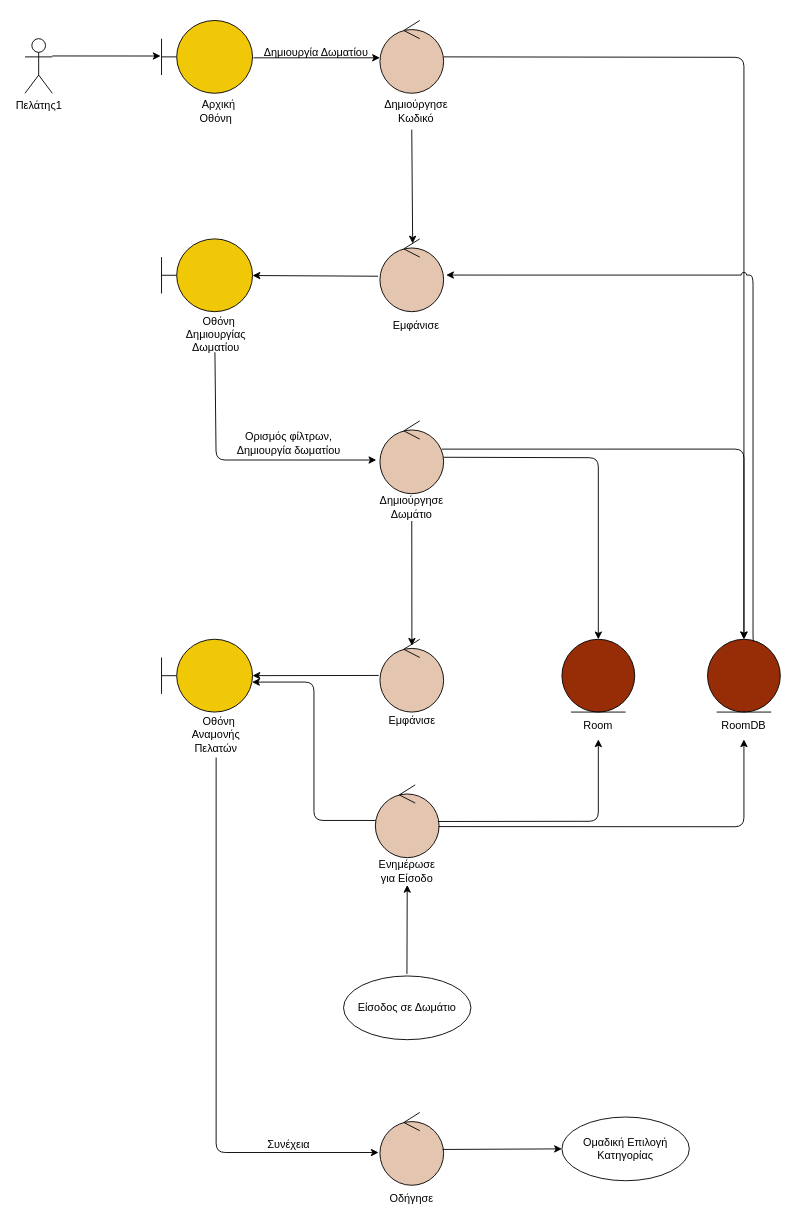
Above: docs/contributions/JoannaAgo/Phase_5/Create Room/Create_Room_Robustness.drawio in iloudaros/nomnomr (draw.io), before the change. Source tidied: cells renumbered, new cells numbered last; positions are measured from the earlier drawing's top-left corner, leaving out a move shared by most shapes. Both pictures are drawn from the tidied source at 91%, with x=0, y=0 at pixel (25, 20).
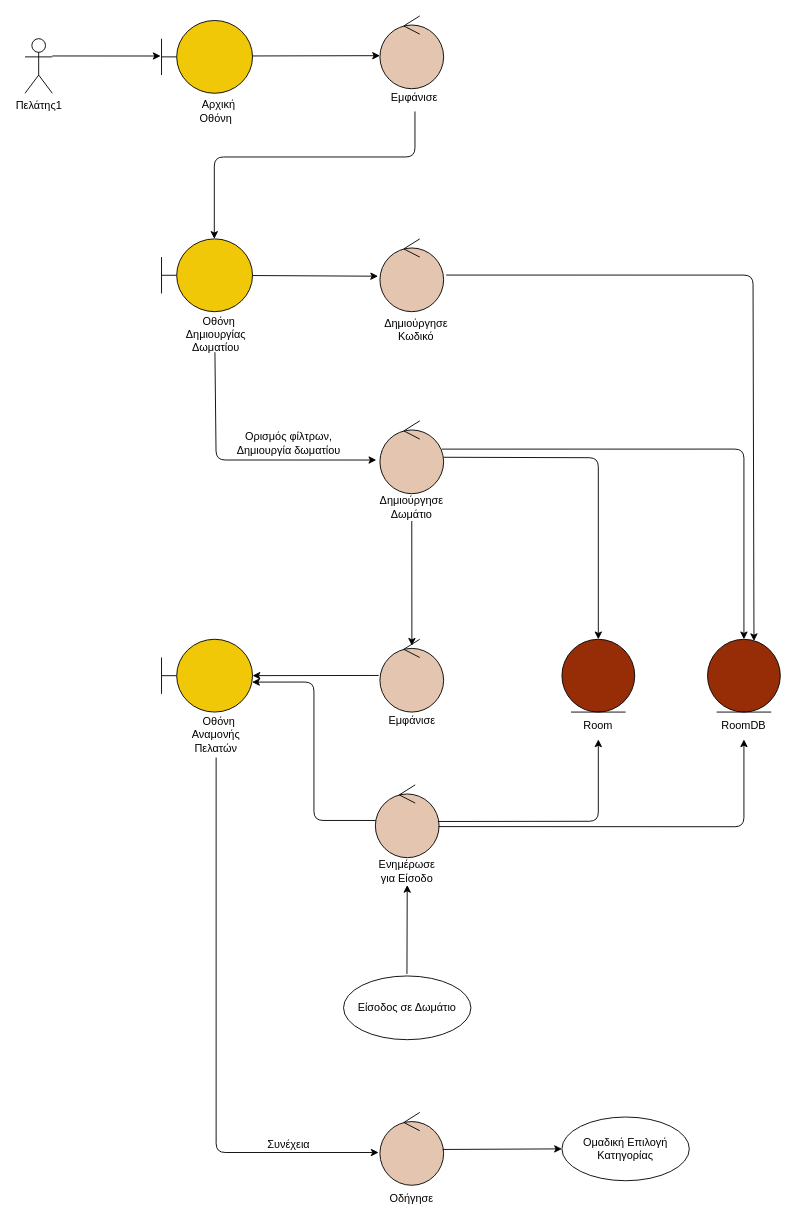
Above is the later version.

Unchanged cells that the change refers to:
```xml
<mxCell id="3" style="shape=umlBoundary;whiteSpace=wrap;html=1;fillColor=#F0C808;" parent="1" vertex="1">
  <mxGeometry x="150" width="100" height="80" as="geometry" />
</mxCell>
<mxCell id="9" style="ellipse;shape=umlControl;whiteSpace=wrap;html=1;fillColor=#E4C5AF;" parent="1" vertex="1">
  <mxGeometry x="390" y="240" width="70" height="80" as="geometry" />
</mxCell>
<mxCell id="10" style="shape=umlBoundary;whiteSpace=wrap;html=1;fillColor=#F0C808;" parent="1" vertex="1">
  <mxGeometry x="150" y="240" width="100" height="80" as="geometry" />
</mxCell>
<mxCell id="40" style="ellipse;shape=umlEntity;whiteSpace=wrap;html=1;fillColor=#972D07;" parent="1" vertex="1">
  <mxGeometry x="750" y="680" width="80" height="80" as="geometry" />
</mxCell>
```

Change to the diagram source:
```diff
@@
-    <mxCell id="6" style="ellipse;shape=umlControl;whiteSpace=wrap;html=1;fillColor=#E4C5AF;" parent="1" vertex="1">
-      <mxGeometry x="390" width="70" height="80" as="geometry" />
-    </mxCell>
-    <mxCell id="7" style="endArrow=classic;html=1;rounded=0;exitX=1.01;exitY=0.513;exitDx=0;exitDy=0;exitPerimeter=0;" parent="1" edge="1" source="3">
+    <mxCell id="7" style="endArrow=classic;html=1;rounded=0;entryX=0.001;entryY=0.546;entryDx=0;entryDy=0;entryPerimeter=0;" parent="1" edge="1" target="47">
       <mxGeometry relative="1" as="geometry">
-        <mxPoint x="390" y="41" as="targetPoint" />
+        <mxPoint x="250" y="39" as="sourcePoint" />
       </mxGeometry>
     </mxCell>
     <mxCell id="8" value="Δημιούργησε Κωδικό" style="text;html=1;strokeColor=none;fillColor=none;align=center;verticalAlign=middle;whiteSpace=wrap;rounded=0;" parent="1" vertex="1">
-      <mxGeometry x="400" y="90" width="60" height="20" as="geometry" />
+      <mxGeometry x="400" y="330" width="60" height="20" as="geometry" />
     </mxCell>
@@
-    <mxCell id="11" style="endArrow=classic;html=1;rounded=0;entryX=0.514;entryY=0.063;entryDx=0;entryDy=0;entryPerimeter=0;" parent="1" edge="1" target="9">
+    <mxCell id="11" style="endArrow=classic;html=1;rounded=1;exitX=0.5;exitY=1;exitDx=0;exitDy=0;edgeStyle=orthogonalEdgeStyle;" parent="1" edge="1" target="10">
       <mxGeometry relative="1" as="geometry">
-        <mxPoint x="425" y="120" as="sourcePoint" />
+        <mxPoint x="428.5" y="100" as="sourcePoint" />
+        <Array as="points">
+          <mxPoint x="428" y="150" />
+          <mxPoint x="208" y="150" />
+        </Array>
       </mxGeometry>
     </mxCell>
     <mxCell id="12" value="Εμφάνισε" style="text;html=1;strokeColor=none;fillColor=none;align=center;verticalAlign=middle;whiteSpace=wrap;rounded=0;" parent="1" vertex="1">
-      <mxGeometry x="400" y="320" width="60" height="30" as="geometry" />
+      <mxGeometry x="397.5" y="70" width="60" height="30" as="geometry" />
     </mxCell>
-    <mxCell id="13" style="endArrow=classic;html=1;rounded=0;exitX=-0.029;exitY=0.513;exitDx=0;exitDy=0;exitPerimeter=0;" parent="1" edge="1" source="9" target="10">
+    <mxCell id="13" style="endArrow=classic;html=1;rounded=0;entryX=-0.029;entryY=0.513;entryDx=0;entryDy=0;entryPerimeter=0;" parent="1" edge="1" source="10" target="9">
       <mxGeometry relative="1" as="geometry" />
     </mxCell>
@@
-    <mxCell id="15" value="Δημιουργία Δωματίου" style="text;html=1;strokeColor=none;fillColor=none;align=center;verticalAlign=middle;whiteSpace=wrap;rounded=0;" parent="1" vertex="1">
-      <mxGeometry x="250" y="20" width="140" height="30" as="geometry" />
-    </mxCell>
@@
-    <mxCell id="45" style="endArrow=classic;html=1;rounded=1;exitX=0.971;exitY=0.388;exitDx=0;exitDy=0;exitPerimeter=0;edgeStyle=orthogonalEdgeStyle;entryX=0.5;entryY=0;entryDx=0;entryDy=0;" parent="1" edge="1" target="40">
-      <mxGeometry relative="1" as="geometry">
-        <mxPoint x="460" y="40" as="sourcePoint" />
-      </mxGeometry>
-    </mxCell>
-    <mxCell id="46" style="endArrow=classic;html=1;rounded=1;edgeStyle=orthogonalEdgeStyle;exitX=0.638;exitY=0.025;exitDx=0;exitDy=0;exitPerimeter=0;entryX=1.04;entryY=0.497;entryDx=0;entryDy=0;entryPerimeter=0;jumpStyle=arc;" parent="1" edge="1" source="40" target="9">
+    <mxCell id="46" style="endArrow=classic;html=1;rounded=1;edgeStyle=orthogonalEdgeStyle;exitX=1.04;exitY=0.497;exitDx=0;exitDy=0;exitPerimeter=0;entryX=0.638;entryY=0.025;entryDx=0;entryDy=0;entryPerimeter=0;jumpStyle=arc;" parent="1" edge="1" source="9" target="40">
       <mxGeometry relative="1" as="geometry">
         <Array as="points">
+          <mxPoint x="800" y="280" />
           <mxPoint x="800" y="682" />
-          <mxPoint x="800" y="280" />
         </Array>
       </mxGeometry>
     </mxCell>
+    <mxCell id="47" style="ellipse;shape=umlControl;whiteSpace=wrap;html=1;fillColor=#E4C5AF;" parent="1" vertex="1">
+      <mxGeometry x="390" y="-5" width="70" height="80" as="geometry" />
+    </mxCell>
```
